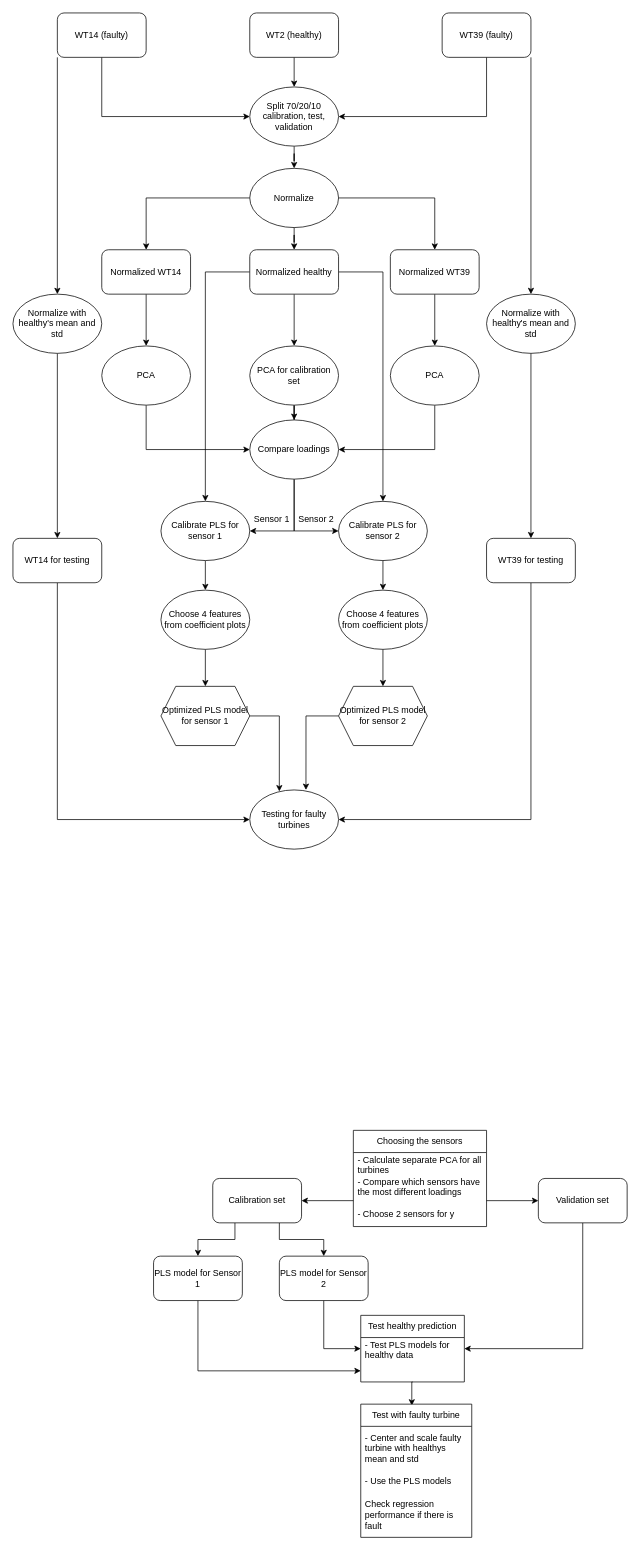
akseliekseli/wind-turbine-a2-lut-adaml keeps this draw.io diagram as Untitled Diagram.drawio. Above is the earlier version. Source tidied: cells renumbered, new cells numbered last; positions are measured from the earlier drawing's top-left corner, leaving out a move shared by most shapes. Both pictures are drawn from the tidied source at 74%, with x=0, y=0 at pixel (13, 13).
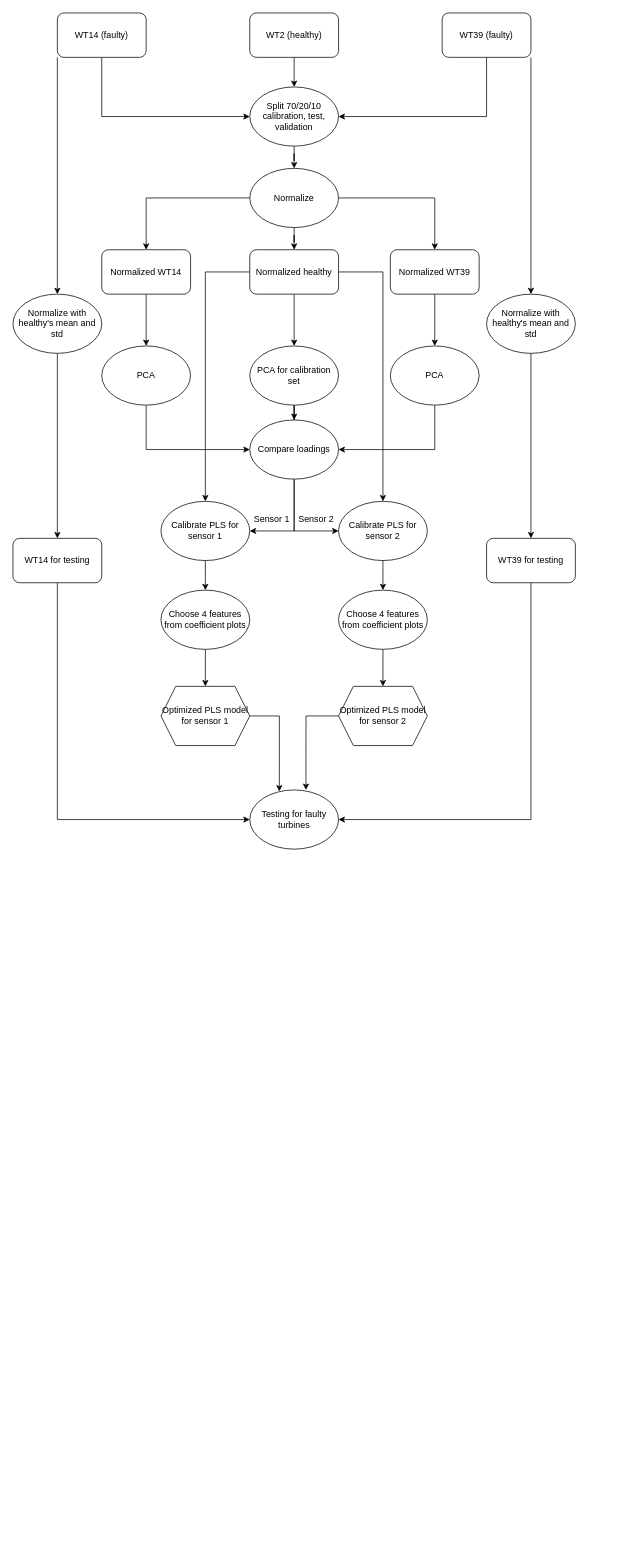
After the change.

Commit message:
deleted the old one

Change to the diagram source:
```diff
@@
-    <mxCell id="6" value="Choosing the sensors" style="swimlane;fontStyle=0;horizontal=1;startSize=30;whiteSpace=wrap;html=1;" parent="1" vertex="1">
-      <mxGeometry x="460" y="1510" width="180" height="130" as="geometry" />
-    </mxCell>
-    <mxCell id="7" value="- Calculate separate PCA for all turbines" style="text;strokeColor=none;fillColor=none;align=left;verticalAlign=middle;spacingLeft=4;spacingRight=4;overflow=hidden;whiteSpace=wrap;html=1;" parent="6" vertex="1">
-      <mxGeometry y="30" width="180" height="30" as="geometry" />
-    </mxCell>
-    <mxCell id="8" value="&lt;div&gt;- Compare which sensors have the most different loadings&lt;/div&gt;&lt;div&gt;&lt;br&gt;&lt;/div&gt;&lt;div&gt;- Choose 2 sensors for y&lt;br&gt;&lt;/div&gt;&lt;div&gt;&lt;br&gt;&lt;/div&gt;" style="text;strokeColor=none;fillColor=none;align=left;verticalAlign=middle;spacingLeft=4;spacingRight=4;overflow=hidden;points=[[0,0.5],[1,0.5]];portConstraint=eastwest;whiteSpace=wrap;html=1;" parent="6" vertex="1">
-      <mxGeometry y="60" width="180" height="70" as="geometry" />
-    </mxCell>
-    <mxCell id="9" style="edgeStyle=orthogonalEdgeStyle;rounded=0;jettySize=auto;html=1;exitX=0.5;exitY=1;exitDx=0;exitDy=0;entryX=0;entryY=0.5;entryDx=0;entryDy=0;" parent="1" edge="1" source="10" target="23">
-      <mxGeometry relative="1" as="geometry" />
-    </mxCell>
-    <mxCell id="10" value="PLS model for Sensor 1" style="rounded=1;whiteSpace=wrap;html=1;" parent="1" vertex="1">
-      <mxGeometry x="190" y="1680" width="120" height="60" as="geometry" />
-    </mxCell>
-    <mxCell id="11" style="edgeStyle=orthogonalEdgeStyle;rounded=0;jettySize=auto;html=1;exitX=0.5;exitY=1;exitDx=0;exitDy=0;entryX=0;entryY=0.5;entryDx=0;entryDy=0;" parent="1" edge="1" source="12" target="22">
-      <mxGeometry relative="1" as="geometry" />
-    </mxCell>
-    <mxCell id="12" value="PLS model for Sensor 2" style="rounded=1;whiteSpace=wrap;html=1;" parent="1" vertex="1">
-      <mxGeometry x="360" y="1680" width="120" height="60" as="geometry" />
-    </mxCell>
-    <mxCell id="13" style="edgeStyle=orthogonalEdgeStyle;rounded=0;jettySize=auto;html=1;exitX=0.25;exitY=1;exitDx=0;exitDy=0;entryX=0.5;entryY=0;entryDx=0;entryDy=0;" parent="1" edge="1" source="15" target="10">
-      <mxGeometry relative="1" as="geometry" />
-    </mxCell>
-    <mxCell id="14" style="edgeStyle=orthogonalEdgeStyle;rounded=0;jettySize=auto;html=1;exitX=0.75;exitY=1;exitDx=0;exitDy=0;entryX=0.5;entryY=0;entryDx=0;entryDy=0;" parent="1" edge="1" source="15" target="12">
-      <mxGeometry relative="1" as="geometry" />
-    </mxCell>
-    <mxCell id="15" value="Calibration set" style="rounded=1;whiteSpace=wrap;html=1;" parent="1" vertex="1">
-      <mxGeometry x="270" y="1575" width="120" height="60" as="geometry" />
-    </mxCell>
-    <mxCell id="16" style="edgeStyle=orthogonalEdgeStyle;rounded=0;jettySize=auto;html=1;exitX=0.5;exitY=1;exitDx=0;exitDy=0;entryX=1;entryY=0.5;entryDx=0;entryDy=0;" parent="1" edge="1" source="17" target="21">
-      <mxGeometry relative="1" as="geometry" />
-    </mxCell>
-    <mxCell id="17" value="Validation set" style="rounded=1;whiteSpace=wrap;html=1;" parent="1" vertex="1">
-      <mxGeometry x="710" y="1575" width="120" height="60" as="geometry" />
-    </mxCell>
-    <mxCell id="18" style="edgeStyle=orthogonalEdgeStyle;rounded=0;jettySize=auto;html=1;exitX=1;exitY=0.5;exitDx=0;exitDy=0;entryX=0;entryY=0.5;entryDx=0;entryDy=0;" parent="1" edge="1" source="8" target="17">
-      <mxGeometry relative="1" as="geometry" />
-    </mxCell>
-    <mxCell id="19" style="edgeStyle=orthogonalEdgeStyle;rounded=0;jettySize=auto;html=1;exitX=0;exitY=0.5;exitDx=0;exitDy=0;entryX=1;entryY=0.5;entryDx=0;entryDy=0;" parent="1" edge="1" source="8" target="15">
-      <mxGeometry relative="1" as="geometry" />
-    </mxCell>
-    <mxCell id="20" style="edgeStyle=orthogonalEdgeStyle;rounded=0;jettySize=auto;html=1;exitX=0.5;exitY=1;exitDx=0;exitDy=0;entryX=0.46;entryY=0.011;entryDx=0;entryDy=0;entryPerimeter=0;" parent="1" edge="1" source="21" target="24">
-      <mxGeometry relative="1" as="geometry" />
-    </mxCell>
-    <mxCell id="21" value="Test healthy prediction" style="swimlane;fontStyle=0;horizontal=1;startSize=30;whiteSpace=wrap;html=1;" parent="1" vertex="1">
-      <mxGeometry x="470" y="1760" width="140" height="90" as="geometry" />
-    </mxCell>
-    <mxCell id="22" value="- Test PLS models for healthy data" style="text;strokeColor=none;fillColor=none;align=left;verticalAlign=middle;spacingLeft=4;spacingRight=4;overflow=hidden;points=[[0,0.5],[1,0.5]];portConstraint=eastwest;whiteSpace=wrap;html=1;" parent="21" vertex="1">
-      <mxGeometry y="30" width="140" height="30" as="geometry" />
-    </mxCell>
-    <mxCell id="23" value="&lt;div&gt;&lt;br&gt;&lt;/div&gt;&lt;div&gt;&lt;br&gt;&lt;/div&gt;" style="text;strokeColor=none;fillColor=none;align=left;verticalAlign=middle;spacingLeft=4;spacingRight=4;overflow=hidden;points=[[0,0.5],[1,0.5]];portConstraint=eastwest;whiteSpace=wrap;html=1;" parent="21" vertex="1">
-      <mxGeometry y="60" width="140" height="30" as="geometry" />
-    </mxCell>
-    <mxCell id="24" value="Test with faulty turbine" style="swimlane;fontStyle=0;horizontal=1;startSize=30;whiteSpace=wrap;html=1;" parent="1" vertex="1">
-      <mxGeometry x="470" y="1880" width="150" height="180" as="geometry" />
-    </mxCell>
-    <mxCell id="25" value="- Center and scale faulty turbine with healthys mean and std" style="text;strokeColor=none;fillColor=none;align=left;verticalAlign=middle;spacingLeft=4;spacingRight=4;overflow=hidden;whiteSpace=wrap;html=1;" parent="24" vertex="1">
-      <mxGeometry y="30" width="150" height="60" as="geometry" />
-    </mxCell>
-    <mxCell id="26" value="- Use the PLS models " style="text;strokeColor=none;fillColor=none;align=left;verticalAlign=middle;spacingLeft=4;spacingRight=4;overflow=hidden;whiteSpace=wrap;html=1;" parent="24" vertex="1">
-      <mxGeometry y="90" width="150" height="30" as="geometry" />
-    </mxCell>
-    <mxCell id="27" value="Check regression performance if there is fault" style="text;strokeColor=none;fillColor=none;align=left;verticalAlign=middle;spacingLeft=4;spacingRight=4;overflow=hidden;whiteSpace=wrap;html=1;" parent="24" vertex="1">
-      <mxGeometry y="120" width="150" height="60" as="geometry" />
-    </mxCell>
```
